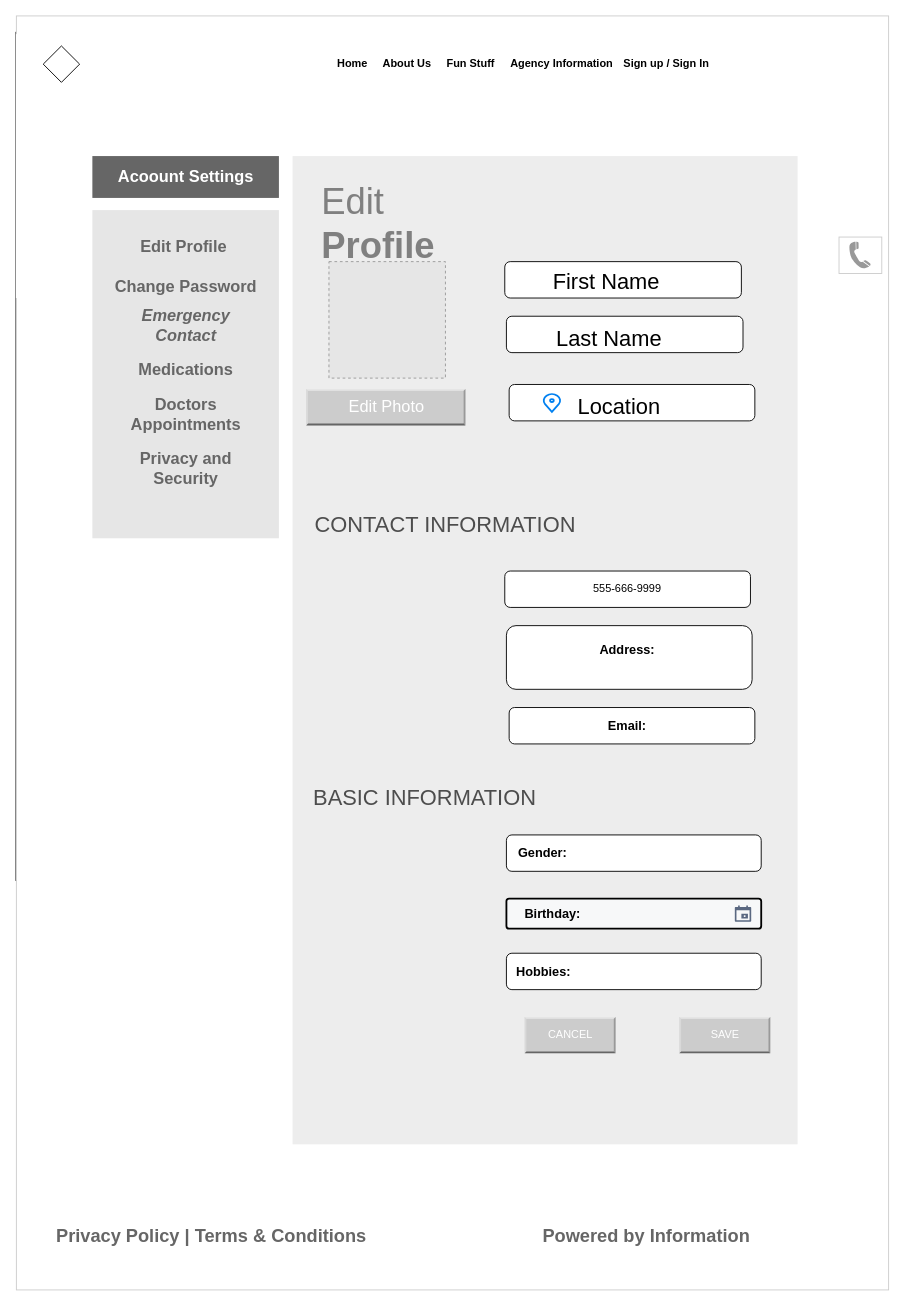
opeyemi-jonah/Ace-challenge keeps this draw.io diagram as page "Page-1" (1 of 2) of CreateAcct.drawio. Above is the earlier version. Source tidied: cells renumbered, new cells numbered last; positions are measured from the earlier drawing's top-left corner, leaving out a move shared by most shapes. Both pictures are drawn from the tidied source at 91%, with x=0, y=0 at pixel (15, 15). Pictures stored in the file or linked from it are replaced by grey dashed boxes.
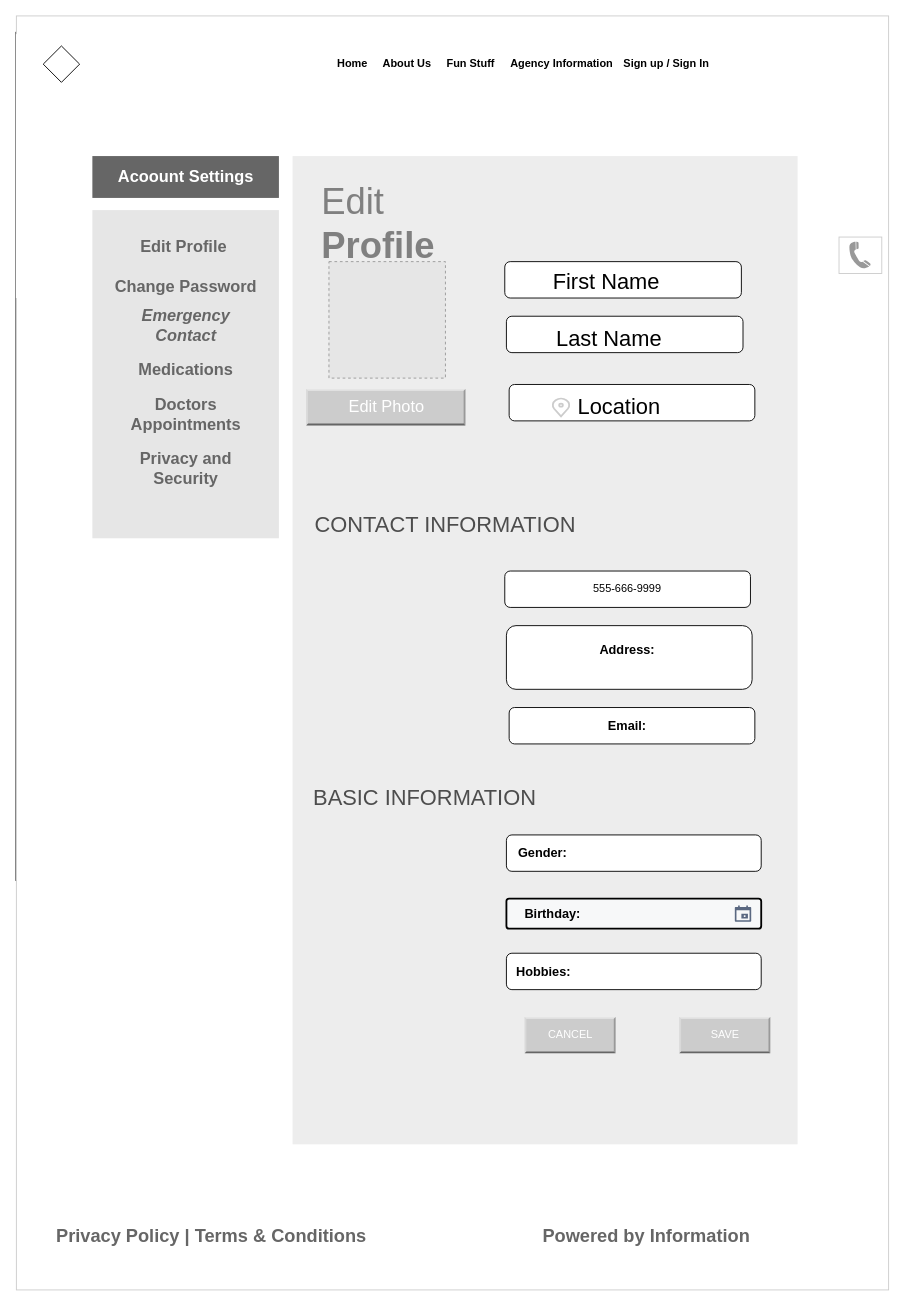
The same page after the edit.

Commit message:
change location logo to grey

Unchanged cells that the change refers to:
```xml
<mxCell id="35" style="group;" parent="2" vertex="1">
  <mxGeometry x="569" y="410" width="270" height="40" as="geometry" />
</mxCell>
```

Diff of the diagram source:
```diff
@@
-    <mxCell id="38" style="html=1;verticalLabelPosition=bottom;align=center;labelBackgroundColor=#ffffff;verticalAlign=top;strokeWidth=2;strokeColor=#0080F0;shadow=0;dashed=0;shape=mxgraph.ios7.icons.location;" parent="35" vertex="1">
-      <mxGeometry x="10" y="5" width="20" height="20" as="geometry" />
+    <mxCell id="38" style="html=1;verticalLabelPosition=bottom;align=center;labelBackgroundColor=#ffffff;verticalAlign=top;strokeWidth=2;shadow=0;dashed=0;shape=mxgraph.ios7.icons.location;strokeColor=#CCCCCC;" parent="35" vertex="1">
+      <mxGeometry x="20" y="10" width="20" height="20" as="geometry" />
     </mxCell>
```
